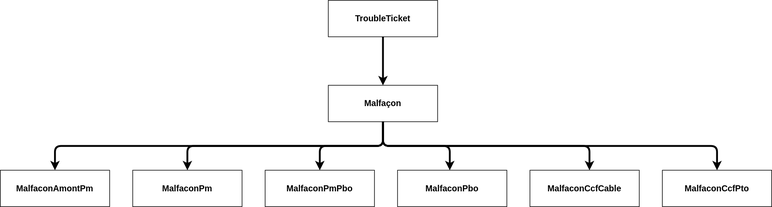
Earlier version of the draw.io export type.drawio.svg (before-interop/malfacon). Source tidied: cells renumbered, new cells last; positions are measured from the earlier drawing's top-left corner, leaving out a move shared by most shapes. The source it was exported from:
```xml
<mxGraphModel>
  <root>
    <mxCell id="0" />
    <mxCell id="1" parent="0" />
    <mxCell id="2" style="edgeStyle=none;html=1;strokeWidth=3;" parent="1" edge="1" source="3" target="4">
      <mxGeometry relative="1" as="geometry" />
    </mxCell>
    <mxCell id="3" value="TroubleTicket" style="rounded=0;whiteSpace=wrap;html=1;fontStyle=1;fontSize=14;" parent="1" vertex="1">
      <mxGeometry x="540" width="180" height="60" as="geometry" />
    </mxCell>
    <mxCell id="4" value="Malfaçon" style="rounded=0;whiteSpace=wrap;html=1;fontStyle=1;fontSize=14;" parent="1" vertex="1">
      <mxGeometry x="540" y="140" width="180" height="60" as="geometry" />
    </mxCell>
    <mxCell id="5" value="MalfaconPmPbo" style="rounded=0;whiteSpace=wrap;html=1;fontStyle=1;fontSize=14;" parent="1" vertex="1">
      <mxGeometry x="436" y="280" width="180" height="60" as="geometry" />
    </mxCell>
    <mxCell id="6" value="MalfaconAmontPm" style="rounded=0;whiteSpace=wrap;html=1;fontStyle=1;fontSize=14;" parent="1" vertex="1">
      <mxGeometry y="280" width="180" height="60" as="geometry" />
    </mxCell>
    <mxCell id="7" value="MalfaconPm" style="rounded=0;whiteSpace=wrap;html=1;fontStyle=1;fontSize=14;" parent="1" vertex="1">
      <mxGeometry x="218" y="280" width="180" height="60" as="geometry" />
    </mxCell>
    <mxCell id="8" value="MalfaconPbo" style="rounded=0;whiteSpace=wrap;html=1;fontStyle=1;fontSize=14;" parent="1" vertex="1">
      <mxGeometry x="654" y="280" width="180" height="60" as="geometry" />
    </mxCell>
    <mxCell id="9" value="MalfaconCcfCable" style="rounded=0;whiteSpace=wrap;html=1;fontStyle=1;fontSize=14;" parent="1" vertex="1">
      <mxGeometry x="872" y="280" width="180" height="60" as="geometry" />
    </mxCell>
    <mxCell id="10" value="MalfaconCcfPto" style="rounded=0;whiteSpace=wrap;html=1;fontStyle=1;fontSize=14;" parent="1" vertex="1">
      <mxGeometry x="1090" y="280" width="180" height="60" as="geometry" />
    </mxCell>
    <mxCell id="11" style="edgeStyle=orthogonalEdgeStyle;html=1;strokeWidth=3;exitX=0.5;exitY=1;exitDx=0;exitDy=0;entryX=0.5;entryY=0;entryDx=0;entryDy=0;" parent="1" edge="1" source="4" target="6">
      <mxGeometry relative="1" as="geometry" />
    </mxCell>
    <mxCell id="12" style="edgeStyle=orthogonalEdgeStyle;html=1;strokeWidth=3;entryX=0.5;entryY=0;entryDx=0;entryDy=0;" parent="1" edge="1" target="7">
      <mxGeometry relative="1" as="geometry">
        <mxPoint x="630" y="200" as="sourcePoint" />
        <Array as="points">
          <mxPoint x="630" y="240" />
          <mxPoint x="308" y="240" />
        </Array>
      </mxGeometry>
    </mxCell>
    <mxCell id="13" style="edgeStyle=orthogonalEdgeStyle;html=1;strokeWidth=3;entryX=0.5;entryY=0;entryDx=0;entryDy=0;exitX=0.5;exitY=1;exitDx=0;exitDy=0;" parent="1" edge="1" source="4" target="5">
      <mxGeometry relative="1" as="geometry">
        <Array as="points">
          <mxPoint x="630" y="240" />
          <mxPoint x="526" y="240" />
        </Array>
      </mxGeometry>
    </mxCell>
    <mxCell id="14" style="edgeStyle=orthogonalEdgeStyle;html=1;strokeWidth=3;exitX=0.5;exitY=1;exitDx=0;exitDy=0;" parent="1" edge="1" source="4" target="8">
      <mxGeometry relative="1" as="geometry">
        <Array as="points">
          <mxPoint x="630" y="240" />
          <mxPoint x="740" y="240" />
        </Array>
      </mxGeometry>
    </mxCell>
    <mxCell id="15" style="edgeStyle=orthogonalEdgeStyle;html=1;strokeWidth=3;exitX=0.5;exitY=1;exitDx=0;exitDy=0;" parent="1" edge="1" source="4" target="9">
      <mxGeometry relative="1" as="geometry">
        <Array as="points">
          <mxPoint x="630" y="240" />
          <mxPoint x="970" y="240" />
        </Array>
      </mxGeometry>
    </mxCell>
    <mxCell id="16" style="edgeStyle=orthogonalEdgeStyle;html=1;strokeWidth=3;exitX=0.5;exitY=1;exitDx=0;exitDy=0;entryX=0.5;entryY=0;entryDx=0;entryDy=0;" parent="1" edge="1" source="4" target="10">
      <mxGeometry relative="1" as="geometry">
        <Array as="points">
          <mxPoint x="630" y="240" />
          <mxPoint x="1180" y="240" />
        </Array>
      </mxGeometry>
    </mxCell>
  </root>
</mxGraphModel>
```
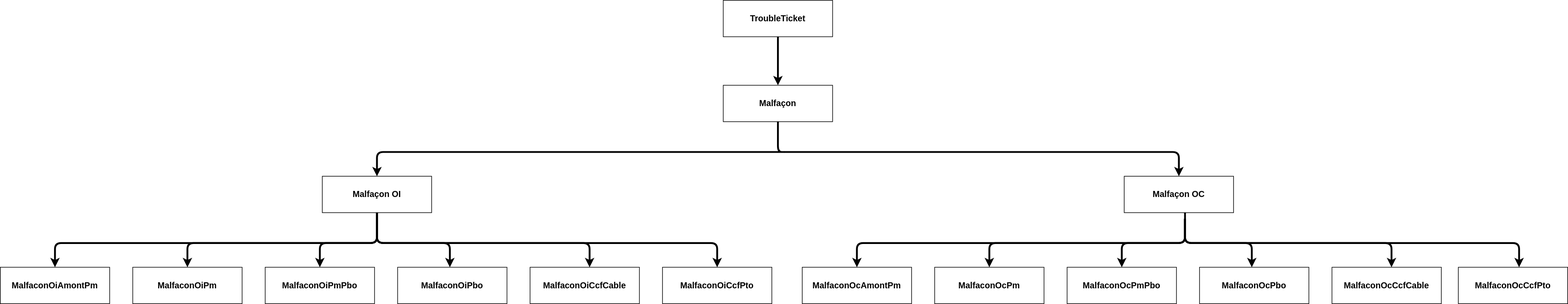
After the commit.

The edit, as a diff of the source:
```diff
@@ -2,41 +2,56 @@
   <root>
     <mxCell id="0" />
     <mxCell id="1" parent="0" />
-    <mxCell id="2" style="edgeStyle=none;html=1;strokeWidth=3;" parent="1" edge="1" source="3" target="4">
-      <mxGeometry relative="1" as="geometry" />
+    <mxCell id="2" style="edgeStyle=none;html=1;strokeWidth=3;entryX=0.5;entryY=0;entryDx=0;entryDy=0;exitX=0.5;exitY=1;exitDx=0;exitDy=0;" parent="1" edge="1" source="32" target="4">
+      <mxGeometry relative="1" as="geometry">
+        <Array as="points">
+          <mxPoint x="1280" y="90" />
+          <mxPoint x="1292" y="90" />
+          <mxPoint x="620" y="90" />
+        </Array>
+      </mxGeometry>
     </mxCell>
+    <mxCell id="17" style="edgeStyle=none;html=1;exitX=0.5;exitY=1;exitDx=0;exitDy=0;entryX=0.5;entryY=0;entryDx=0;entryDy=0;strokeWidth=3;startArrow=none;startFill=0;endArrow=classic;endFill=1;" parent="1" edge="1" source="3" target="32">
+      <mxGeometry relative="1" as="geometry" />
+    </mxCell>
     <mxCell id="3" value="TroubleTicket" style="rounded=0;whiteSpace=wrap;html=1;fontStyle=1;fontSize=14;" parent="1" vertex="1">
-      <mxGeometry x="540" width="180" height="60" as="geometry" />
+      <mxGeometry x="1190" y="-160" width="180" height="60" as="geometry" />
     </mxCell>
-    <mxCell id="4" value="Malfaçon" style="rounded=0;whiteSpace=wrap;html=1;fontStyle=1;fontSize=14;" parent="1" vertex="1">
-      <mxGeometry x="540" y="140" width="180" height="60" as="geometry" />
+    <mxCell id="4" value="Malfaçon OI" style="rounded=0;whiteSpace=wrap;html=1;fontStyle=1;fontSize=14;" parent="1" vertex="1">
+      <mxGeometry x="530" y="130" width="180" height="60" as="geometry" />
     </mxCell>
-    <mxCell id="5" value="MalfaconPmPbo" style="rounded=0;whiteSpace=wrap;html=1;fontStyle=1;fontSize=14;" parent="1" vertex="1">
+    <mxCell id="5" value="MalfaconOiPmPbo" style="rounded=0;whiteSpace=wrap;html=1;fontStyle=1;fontSize=14;" parent="1" vertex="1">
       <mxGeometry x="436" y="280" width="180" height="60" as="geometry" />
     </mxCell>
-    <mxCell id="6" value="MalfaconAmontPm" style="rounded=0;whiteSpace=wrap;html=1;fontStyle=1;fontSize=14;" parent="1" vertex="1">
+    <mxCell id="6" value="MalfaconOiAmontPm" style="rounded=0;whiteSpace=wrap;html=1;fontStyle=1;fontSize=14;" parent="1" vertex="1">
       <mxGeometry y="280" width="180" height="60" as="geometry" />
     </mxCell>
-    <mxCell id="7" value="MalfaconPm" style="rounded=0;whiteSpace=wrap;html=1;fontStyle=1;fontSize=14;" parent="1" vertex="1">
+    <mxCell id="7" value="MalfaconOiPm" style="rounded=0;whiteSpace=wrap;html=1;fontStyle=1;fontSize=14;" parent="1" vertex="1">
       <mxGeometry x="218" y="280" width="180" height="60" as="geometry" />
     </mxCell>
-    <mxCell id="8" value="MalfaconPbo" style="rounded=0;whiteSpace=wrap;html=1;fontStyle=1;fontSize=14;" parent="1" vertex="1">
+    <mxCell id="8" value="MalfaconOiPbo" style="rounded=0;whiteSpace=wrap;html=1;fontStyle=1;fontSize=14;" parent="1" vertex="1">
       <mxGeometry x="654" y="280" width="180" height="60" as="geometry" />
     </mxCell>
-    <mxCell id="9" value="MalfaconCcfCable" style="rounded=0;whiteSpace=wrap;html=1;fontStyle=1;fontSize=14;" parent="1" vertex="1">
+    <mxCell id="9" value="MalfaconOiCcfCable" style="rounded=0;whiteSpace=wrap;html=1;fontStyle=1;fontSize=14;" parent="1" vertex="1">
       <mxGeometry x="872" y="280" width="180" height="60" as="geometry" />
     </mxCell>
-    <mxCell id="10" value="MalfaconCcfPto" style="rounded=0;whiteSpace=wrap;html=1;fontStyle=1;fontSize=14;" parent="1" vertex="1">
+    <mxCell id="10" value="MalfaconOiCcfPto" style="rounded=0;whiteSpace=wrap;html=1;fontStyle=1;fontSize=14;" parent="1" vertex="1">
       <mxGeometry x="1090" y="280" width="180" height="60" as="geometry" />
     </mxCell>
     <mxCell id="11" style="edgeStyle=orthogonalEdgeStyle;html=1;strokeWidth=3;exitX=0.5;exitY=1;exitDx=0;exitDy=0;entryX=0.5;entryY=0;entryDx=0;entryDy=0;" parent="1" edge="1" source="4" target="6">
-      <mxGeometry relative="1" as="geometry" />
+      <mxGeometry relative="1" as="geometry">
+        <Array as="points">
+          <mxPoint x="620" y="240" />
+          <mxPoint x="90" y="240" />
+        </Array>
+      </mxGeometry>
     </mxCell>
     <mxCell id="12" style="edgeStyle=orthogonalEdgeStyle;html=1;strokeWidth=3;entryX=0.5;entryY=0;entryDx=0;entryDy=0;" parent="1" edge="1" target="7">
       <mxGeometry relative="1" as="geometry">
-        <mxPoint x="630" y="200" as="sourcePoint" />
+        <mxPoint x="620" y="190" as="sourcePoint" />
         <Array as="points">
-          <mxPoint x="630" y="240" />
+          <mxPoint x="620" y="200" />
+          <mxPoint x="620" y="240" />
           <mxPoint x="308" y="240" />
         </Array>
       </mxGeometry>
@@ -44,7 +59,7 @@
     <mxCell id="13" style="edgeStyle=orthogonalEdgeStyle;html=1;strokeWidth=3;entryX=0.5;entryY=0;entryDx=0;entryDy=0;exitX=0.5;exitY=1;exitDx=0;exitDy=0;" parent="1" edge="1" source="4" target="5">
       <mxGeometry relative="1" as="geometry">
         <Array as="points">
-          <mxPoint x="630" y="240" />
+          <mxPoint x="620" y="240" />
           <mxPoint x="526" y="240" />
         </Array>
       </mxGeometry>
@@ -52,7 +67,7 @@
     <mxCell id="14" style="edgeStyle=orthogonalEdgeStyle;html=1;strokeWidth=3;exitX=0.5;exitY=1;exitDx=0;exitDy=0;" parent="1" edge="1" source="4" target="8">
       <mxGeometry relative="1" as="geometry">
         <Array as="points">
-          <mxPoint x="630" y="240" />
+          <mxPoint x="620" y="240" />
           <mxPoint x="740" y="240" />
         </Array>
       </mxGeometry>
@@ -60,7 +75,7 @@
     <mxCell id="15" style="edgeStyle=orthogonalEdgeStyle;html=1;strokeWidth=3;exitX=0.5;exitY=1;exitDx=0;exitDy=0;" parent="1" edge="1" source="4" target="9">
       <mxGeometry relative="1" as="geometry">
         <Array as="points">
-          <mxPoint x="630" y="240" />
+          <mxPoint x="620" y="240" />
           <mxPoint x="970" y="240" />
         </Array>
       </mxGeometry>
@@ -68,10 +83,96 @@
     <mxCell id="16" style="edgeStyle=orthogonalEdgeStyle;html=1;strokeWidth=3;exitX=0.5;exitY=1;exitDx=0;exitDy=0;entryX=0.5;entryY=0;entryDx=0;entryDy=0;" parent="1" edge="1" source="4" target="10">
       <mxGeometry relative="1" as="geometry">
         <Array as="points">
-          <mxPoint x="630" y="240" />
+          <mxPoint x="620" y="240" />
           <mxPoint x="1180" y="240" />
         </Array>
       </mxGeometry>
     </mxCell>
+    <mxCell id="18" value="MalfaconOcPmPbo" style="rounded=0;whiteSpace=wrap;html=1;fontStyle=1;fontSize=14;" parent="1" vertex="1">
+      <mxGeometry x="1756" y="280" width="180" height="60" as="geometry" />
+    </mxCell>
+    <mxCell id="19" value="MalfaconOcAmontPm" style="rounded=0;whiteSpace=wrap;html=1;fontStyle=1;fontSize=14;" parent="1" vertex="1">
+      <mxGeometry x="1320" y="280" width="180" height="60" as="geometry" />
+    </mxCell>
+    <mxCell id="20" value="MalfaconOcPm" style="rounded=0;whiteSpace=wrap;html=1;fontStyle=1;fontSize=14;" parent="1" vertex="1">
+      <mxGeometry x="1538" y="280" width="180" height="60" as="geometry" />
+    </mxCell>
+    <mxCell id="21" value="MalfaconOcPbo" style="rounded=0;whiteSpace=wrap;html=1;fontStyle=1;fontSize=14;" parent="1" vertex="1">
+      <mxGeometry x="1974" y="280" width="180" height="60" as="geometry" />
+    </mxCell>
+    <mxCell id="22" value="MalfaconOcCcfCable" style="rounded=0;whiteSpace=wrap;html=1;fontStyle=1;fontSize=14;" parent="1" vertex="1">
+      <mxGeometry x="2192" y="280" width="180" height="60" as="geometry" />
+    </mxCell>
+    <mxCell id="23" value="MalfaconOcCcfPto" style="rounded=0;whiteSpace=wrap;html=1;fontStyle=1;fontSize=14;" parent="1" vertex="1">
+      <mxGeometry x="2400" y="280" width="180" height="60" as="geometry" />
+    </mxCell>
+    <mxCell id="24" style="edgeStyle=orthogonalEdgeStyle;html=1;strokeWidth=3;exitX=0.5;exitY=1;exitDx=0;exitDy=0;entryX=0.5;entryY=0;entryDx=0;entryDy=0;" parent="1" edge="1" target="19">
+      <mxGeometry relative="1" as="geometry">
+        <mxPoint x="1950" y="200" as="sourcePoint" />
+        <Array as="points">
+          <mxPoint x="1950" y="240" />
+          <mxPoint x="1410" y="240" />
+        </Array>
+      </mxGeometry>
+    </mxCell>
+    <mxCell id="25" style="edgeStyle=orthogonalEdgeStyle;html=1;strokeWidth=3;entryX=0.5;entryY=0;entryDx=0;entryDy=0;" parent="1" edge="1" target="20">
+      <mxGeometry relative="1" as="geometry">
+        <mxPoint x="1950" y="200" as="sourcePoint" />
+        <Array as="points">
+          <mxPoint x="1950" y="240" />
+          <mxPoint x="1628" y="240" />
+        </Array>
+      </mxGeometry>
+    </mxCell>
+    <mxCell id="26" style="edgeStyle=orthogonalEdgeStyle;html=1;strokeWidth=3;entryX=0.5;entryY=0;entryDx=0;entryDy=0;exitX=0.5;exitY=1;exitDx=0;exitDy=0;" parent="1" edge="1" target="18">
+      <mxGeometry relative="1" as="geometry">
+        <mxPoint x="1950" y="200" as="sourcePoint" />
+        <Array as="points">
+          <mxPoint x="1950" y="240" />
+          <mxPoint x="1846" y="240" />
+        </Array>
+      </mxGeometry>
+    </mxCell>
+    <mxCell id="27" style="edgeStyle=orthogonalEdgeStyle;html=1;strokeWidth=3;exitX=0.5;exitY=1;exitDx=0;exitDy=0;" parent="1" edge="1" target="21">
+      <mxGeometry relative="1" as="geometry">
+        <mxPoint x="1950" y="200" as="sourcePoint" />
+        <Array as="points">
+          <mxPoint x="1950" y="240" />
+          <mxPoint x="2060" y="240" />
+        </Array>
+      </mxGeometry>
+    </mxCell>
+    <mxCell id="28" style="edgeStyle=orthogonalEdgeStyle;html=1;strokeWidth=3;exitX=0.5;exitY=1;exitDx=0;exitDy=0;" parent="1" edge="1" target="22">
+      <mxGeometry relative="1" as="geometry">
+        <mxPoint x="1950" y="200" as="sourcePoint" />
+        <Array as="points">
+          <mxPoint x="1950" y="240" />
+          <mxPoint x="2290" y="240" />
+        </Array>
+      </mxGeometry>
+    </mxCell>
+    <mxCell id="29" style="edgeStyle=orthogonalEdgeStyle;html=1;strokeWidth=3;exitX=0.556;exitY=1;exitDx=0;exitDy=0;entryX=0.5;entryY=0;entryDx=0;entryDy=0;exitPerimeter=0;" parent="1" edge="1" source="31">
+      <mxGeometry relative="1" as="geometry">
+        <mxPoint x="2500" y="280" as="targetPoint" />
+        <Array as="points">
+          <mxPoint x="1950" y="240" />
+          <mxPoint x="2500" y="240" />
+        </Array>
+      </mxGeometry>
+    </mxCell>
+    <mxCell id="30" style="edgeStyle=none;html=1;exitX=0.5;exitY=0;exitDx=0;exitDy=0;strokeWidth=3;endArrow=none;endFill=0;startArrow=classic;startFill=1;" parent="1" edge="1" source="31">
+      <mxGeometry relative="1" as="geometry">
+        <mxPoint x="1290" y="90" as="targetPoint" />
+        <Array as="points">
+          <mxPoint x="1940" y="90" />
+        </Array>
+      </mxGeometry>
+    </mxCell>
+    <mxCell id="31" value="Malfaçon OC" style="rounded=0;whiteSpace=wrap;html=1;fontStyle=1;fontSize=14;" parent="1" vertex="1">
+      <mxGeometry x="1850" y="130" width="180" height="60" as="geometry" />
+    </mxCell>
+    <mxCell id="32" value="Malfaçon" style="rounded=0;whiteSpace=wrap;html=1;fontStyle=1;fontSize=14;" parent="1" vertex="1">
+      <mxGeometry x="1190" y="-20" width="180" height="60" as="geometry" />
+    </mxCell>
   </root>
 </mxGraphModel>
```
